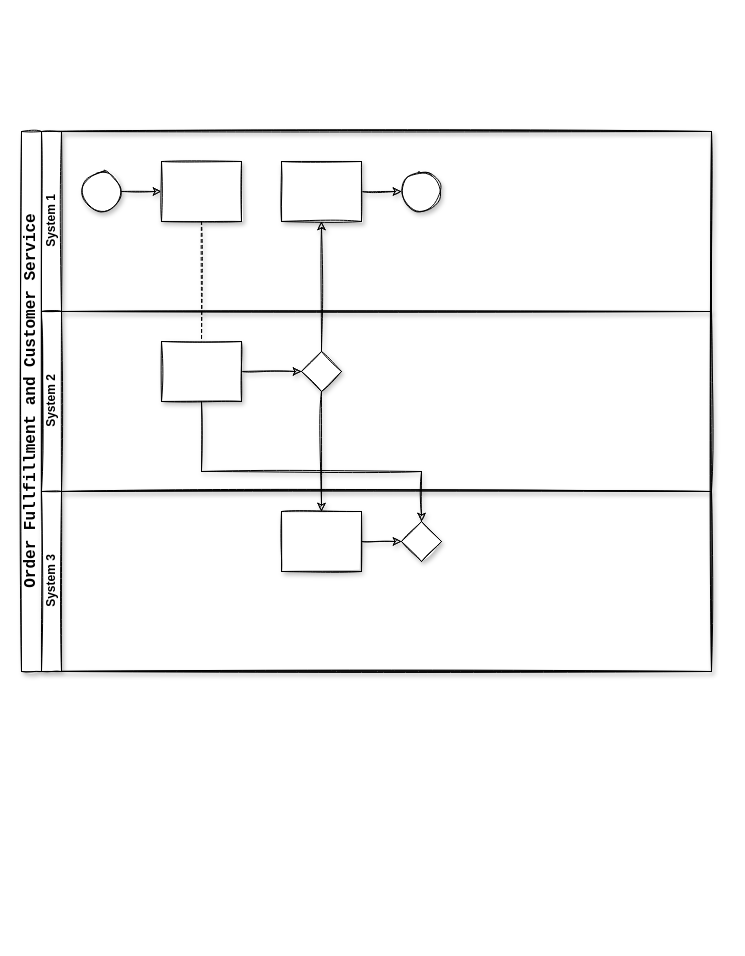
The draw.io diagram BPR_Swimlane_diagram.drawio in YuanchenZhu2020/DrawIO, before the edit. Source tidied: cells renumbered, new cells numbered last; positions are measured from the earlier drawing's top-left corner, leaving out a move shared by most shapes. Both pictures are drawn from the tidied source at 100%, with x=0, y=0 at pixel (21, 131).
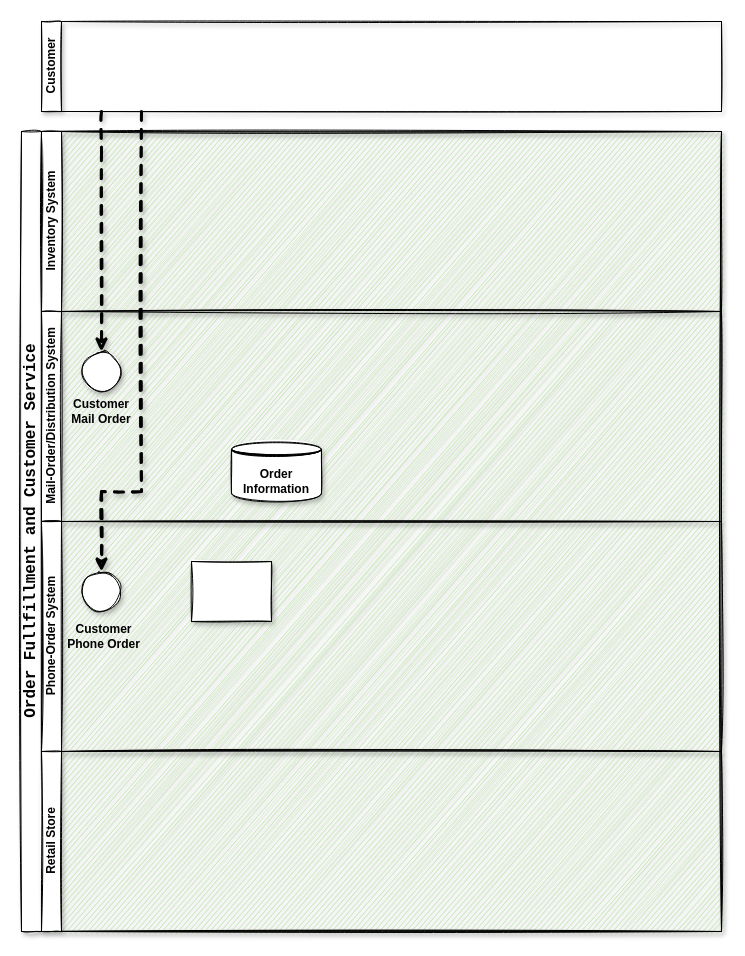
Above is the later version.

Unchanged cells that the change refers to:
```xml
<mxCell id="9" style="ellipse;whiteSpace=wrap;html=1;shadow=1;sketch=1;" parent="7" vertex="1">
  <mxGeometry x="40" y="40" width="40" height="40" as="geometry" />
</mxCell>
```

Diff of the diagram source:
```diff
@@
-    <mxCell id="2" value="&lt;div style=&quot;font-family: &amp;#34;consolas&amp;#34; , &amp;#34;courier new&amp;#34; , monospace ; font-weight: normal ; line-height: 27px&quot;&gt;&lt;span style=&quot;font-weight: bold&quot;&gt;&lt;font style=&quot;font-size: 16px&quot;&gt;Order&amp;nbsp;Fullfillment&amp;nbsp;and&amp;nbsp;Customer&amp;nbsp;Service&lt;/font&gt;&lt;/span&gt;&lt;/div&gt;" style="swimlane;html=1;horizontal=0;startSize=20;shadow=1;sketch=1;" parent="1" vertex="1">
-      <mxGeometry width="690" height="540" as="geometry" />
+    <mxCell id="2" value="&lt;div style=&quot;font-family: &amp;#34;consolas&amp;#34; , &amp;#34;courier new&amp;#34; , monospace ; font-weight: normal ; line-height: 27px&quot;&gt;&lt;span style=&quot;font-weight: bold&quot;&gt;&lt;font style=&quot;font-size: 16px&quot;&gt;Order&amp;nbsp;Fullfillment&amp;nbsp;and&amp;nbsp;Customer&amp;nbsp;Service&lt;/font&gt;&lt;/span&gt;&lt;/div&gt;" style="swimlane;html=1;horizontal=0;startSize=20;shadow=1;sketch=1;swimlaneFillColor=#B9E0A5;rounded=0;glass=0;" parent="1" vertex="1">
+      <mxGeometry width="700" height="800" as="geometry" />
     </mxCell>
-    <mxCell id="3" style="edgeStyle=orthogonalEdgeStyle;rounded=0;jettySize=auto;html=1;dashed=1;endArrow=none;endFill=0;shadow=1;sketch=1;" parent="2" edge="1" source="10" target="16">
-      <mxGeometry relative="1" as="geometry" />
-    </mxCell>
-    <mxCell id="4" style="edgeStyle=orthogonalEdgeStyle;rounded=0;jettySize=auto;html=1;endArrow=classic;endFill=1;shadow=1;sketch=1;" parent="2" edge="1" source="17" target="12">
-      <mxGeometry relative="1" as="geometry" />
-    </mxCell>
-    <mxCell id="5" style="edgeStyle=orthogonalEdgeStyle;rounded=0;jettySize=auto;html=1;endArrow=classic;endFill=1;shadow=1;sketch=1;" parent="2" edge="1" source="17" target="20">
-      <mxGeometry relative="1" as="geometry" />
-    </mxCell>
-    <mxCell id="6" style="edgeStyle=orthogonalEdgeStyle;rounded=0;jettySize=auto;html=1;endArrow=classic;endFill=1;shadow=1;sketch=1;" parent="2" edge="1" source="16" target="21">
-      <mxGeometry relative="1" as="geometry">
-        <Array as="points">
-          <mxPoint x="180" y="340" />
-          <mxPoint x="400" y="340" />
-        </Array>
-      </mxGeometry>
-    </mxCell>
+    <mxCell id="22" value="Inventory System" style="swimlane;html=1;startSize=20;horizontal=0;shadow=1;sketch=1;" parent="2" vertex="1">
+      <mxGeometry x="20" width="680" height="180" as="geometry" />
+    </mxCell>
-    <mxCell id="7" value="System 1" style="swimlane;html=1;startSize=20;horizontal=0;shadow=1;sketch=1;" parent="2" vertex="1">
-      <mxGeometry x="20" width="670" height="180" as="geometry" />
+    <mxCell id="7" value="Mail-Order/Distribution System" style="swimlane;html=1;startSize=20;horizontal=0;shadow=1;sketch=1;" parent="2" vertex="1">
+      <mxGeometry x="20" y="180" width="680" height="210" as="geometry" />
     </mxCell>
-    <mxCell id="8" style="edgeStyle=orthogonalEdgeStyle;rounded=0;jettySize=auto;html=1;shadow=1;sketch=1;" parent="7" edge="1" source="9" target="10">
-      <mxGeometry relative="1" as="geometry" />
-    </mxCell>
@@
-    <mxCell id="10" style="rounded=0;whiteSpace=wrap;html=1;fontFamily=Helvetica;fontSize=12;fontColor=#000000;align=center;shadow=1;sketch=1;" parent="7" vertex="1">
-      <mxGeometry x="120" y="30" width="80" height="60" as="geometry" />
-    </mxCell>
-    <mxCell id="11" style="edgeStyle=orthogonalEdgeStyle;rounded=0;jettySize=auto;html=1;endArrow=classic;endFill=1;shadow=1;sketch=1;" parent="7" edge="1" source="12" target="13">
-      <mxGeometry relative="1" as="geometry" />
-    </mxCell>
-    <mxCell id="12" style="rounded=0;whiteSpace=wrap;html=1;fontFamily=Helvetica;fontSize=12;fontColor=#000000;align=center;shadow=1;sketch=1;" parent="7" vertex="1">
-      <mxGeometry x="240" y="30" width="80" height="60" as="geometry" />
-    </mxCell>
+    <mxCell id="23" value="&lt;b&gt;Customer Mail Order&lt;/b&gt;" style="text;html=1;strokeColor=none;fillColor=none;align=center;verticalAlign=middle;whiteSpace=wrap;rounded=0;shadow=1;glass=0;" parent="7" vertex="1">
+      <mxGeometry x="25" y="90" width="70" height="20" as="geometry" />
+    </mxCell>
+    <mxCell id="24" value="&lt;b&gt;Order Information&lt;/b&gt;" style="shape=datastore;whiteSpace=wrap;html=1;rounded=0;shadow=1;glass=0;sketch=1;" parent="7" vertex="1">
+      <mxGeometry x="190" y="130" width="90" height="60" as="geometry" />
+    </mxCell>
+    <mxCell id="14" value="Phone-Order System" style="swimlane;html=1;startSize=20;horizontal=0;shadow=1;sketch=1;" parent="2" vertex="1">
+      <mxGeometry x="20" y="390" width="680" height="230" as="geometry" />
+    </mxCell>
+    <mxCell id="16" style="rounded=0;whiteSpace=wrap;html=1;fontFamily=Helvetica;fontSize=12;fontColor=#000000;align=center;shadow=1;sketch=1;" parent="14" vertex="1">
+      <mxGeometry x="150" y="40" width="80" height="60" as="geometry" />
+    </mxCell>
-    <mxCell id="13" style="ellipse;whiteSpace=wrap;html=1;shadow=1;sketch=1;" parent="7" vertex="1">
-      <mxGeometry x="360" y="40" width="40" height="40" as="geometry" />
+    <mxCell id="13" style="ellipse;whiteSpace=wrap;html=1;shadow=1;sketch=1;" parent="14" vertex="1">
+      <mxGeometry x="40" y="50" width="40" height="40" as="geometry" />
     </mxCell>
-    <mxCell id="14" value="System 2" style="swimlane;html=1;startSize=20;horizontal=0;shadow=1;sketch=1;" parent="2" vertex="1">
-      <mxGeometry x="20" y="180" width="670" height="180" as="geometry" />
-    </mxCell>
-    <mxCell id="15" style="edgeStyle=orthogonalEdgeStyle;rounded=0;jettySize=auto;html=1;endArrow=classic;endFill=1;shadow=1;sketch=1;" parent="14" edge="1" source="16" target="17">
-      <mxGeometry relative="1" as="geometry" />
-    </mxCell>
-    <mxCell id="16" style="rounded=0;whiteSpace=wrap;html=1;fontFamily=Helvetica;fontSize=12;fontColor=#000000;align=center;shadow=1;sketch=1;" parent="14" vertex="1">
-      <mxGeometry x="120" y="30" width="80" height="60" as="geometry" />
-    </mxCell>
-    <mxCell id="17" style="rhombus;whiteSpace=wrap;html=1;fontFamily=Helvetica;fontSize=12;fontColor=#000000;align=center;shadow=1;sketch=1;" parent="14" vertex="1">
-      <mxGeometry x="260" y="40" width="40" height="40" as="geometry" />
-    </mxCell>
+    <mxCell id="25" value="&lt;b&gt;Customer Phone Order&lt;/b&gt;" style="text;html=1;strokeColor=none;fillColor=none;align=center;verticalAlign=middle;whiteSpace=wrap;rounded=0;shadow=1;glass=0;" parent="14" vertex="1">
+      <mxGeometry x="25" y="105" width="75" height="20" as="geometry" />
+    </mxCell>
-    <mxCell id="18" value="System 3" style="swimlane;html=1;startSize=20;horizontal=0;shadow=1;sketch=1;" parent="2" vertex="1">
-      <mxGeometry x="20" y="360" width="670" height="180" as="geometry" />
+    <mxCell id="18" value="Retail Store" style="swimlane;html=1;startSize=20;horizontal=0;shadow=1;sketch=1;" parent="2" vertex="1">
+      <mxGeometry x="20" y="620" width="680" height="180" as="geometry" />
     </mxCell>
-    <mxCell id="19" style="edgeStyle=orthogonalEdgeStyle;rounded=0;jettySize=auto;html=1;endArrow=classic;endFill=1;shadow=1;sketch=1;" parent="18" edge="1" source="20" target="21">
-      <mxGeometry relative="1" as="geometry" />
-    </mxCell>
-    <mxCell id="20" style="rounded=0;whiteSpace=wrap;html=1;fontFamily=Helvetica;fontSize=12;fontColor=#000000;align=center;shadow=1;sketch=1;" parent="18" vertex="1">
-      <mxGeometry x="240" y="20" width="80" height="60" as="geometry" />
-    </mxCell>
-    <mxCell id="21" style="rhombus;whiteSpace=wrap;html=1;fontFamily=Helvetica;fontSize=12;fontColor=#000000;align=center;shadow=1;sketch=1;" parent="18" vertex="1">
-      <mxGeometry x="360" y="30" width="40" height="40" as="geometry" />
-    </mxCell>
+    <mxCell id="26" style="edgeStyle=orthogonalEdgeStyle;rounded=0;sketch=1;jettySize=auto;html=1;entryX=0.5;entryY=0;entryDx=0;entryDy=0;shadow=1;strokeWidth=3;dashed=1;" parent="1" edge="1" source="28" target="9">
+      <mxGeometry relative="1" as="geometry">
+        <Array as="points">
+          <mxPoint x="80" y="20" />
+          <mxPoint x="80" y="20" />
+        </Array>
+      </mxGeometry>
+    </mxCell>
+    <mxCell id="27" style="edgeStyle=orthogonalEdgeStyle;rounded=0;sketch=1;jettySize=auto;html=1;entryX=0.5;entryY=0;entryDx=0;entryDy=0;shadow=1;dashed=1;strokeWidth=3;" parent="1" edge="1" source="28" target="13">
+      <mxGeometry relative="1" as="geometry">
+        <Array as="points">
+          <mxPoint x="120" y="360" />
+          <mxPoint x="80" y="360" />
+        </Array>
+      </mxGeometry>
+    </mxCell>
+    <mxCell id="28" value="Customer" style="swimlane;html=1;startSize=20;horizontal=0;shadow=1;sketch=1;" parent="1" vertex="1">
+      <mxGeometry x="20" y="-110" width="680" height="90" as="geometry" />
+    </mxCell>
```
